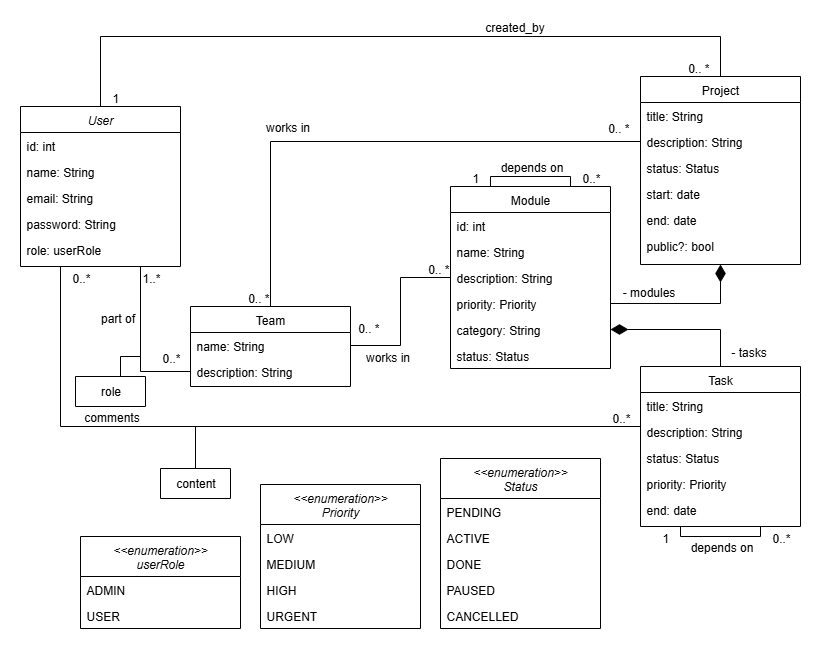
Earlier version of the draw.io export UML.png (djg16-ua/dss-julio). Source tidied: cells renumbered, new cells last; positions are measured from the earlier drawing's top-left corner, leaving out a move shared by most shapes.
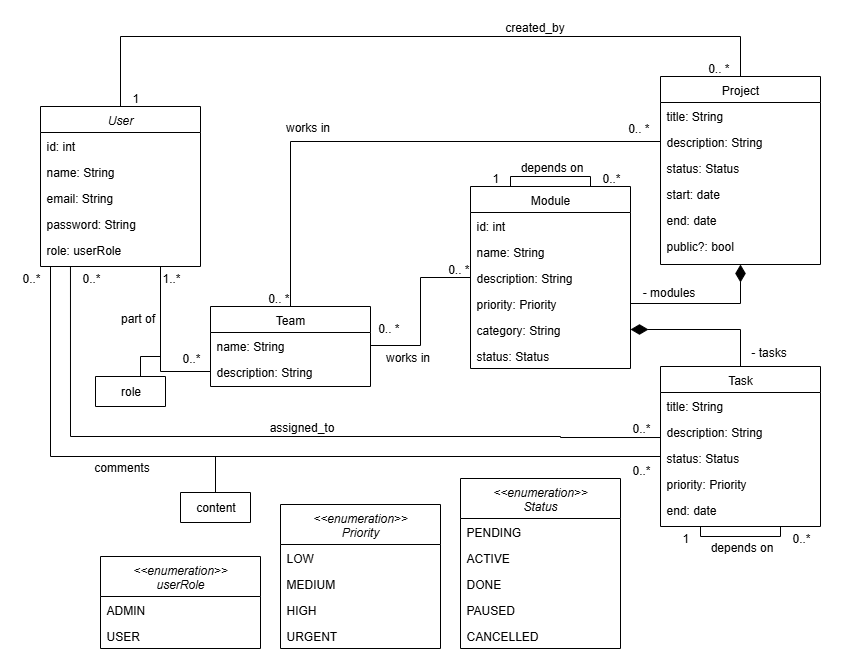
The same diagram one commit later.

Commit message:
Añadida asignación de tareas, cambios en migraciones, seeders y modelos, además del UML

The edit, as a diff of the source:
```diff
@@ -83,7 +83,7 @@
       </mxGeometry>
     </mxCell>
     <mxCell id="25" value="&lt;&lt;enumeration&gt;&gt;&#10;userRole" style="swimlane;fontStyle=2;align=center;verticalAlign=top;horizontal=1;startSize=40;rounded=0;shadow=0;strokeWidth=1;" parent="1" vertex="1">
-      <mxGeometry x="60" y="500" width="160" height="92" as="geometry" />
+      <mxGeometry x="60" y="520" width="160" height="92" as="geometry" />
     </mxCell>
     <mxCell id="26" value="ADMIN" style="text;align=left;verticalAlign=top;spacingLeft=4;spacingRight=4;overflow=hidden;" parent="25" vertex="1">
       <mxGeometry y="40" width="160" height="26" as="geometry" />
@@ -92,7 +92,7 @@
       <mxGeometry y="66" width="160" height="26" as="geometry" />
     </mxCell>
     <mxCell id="28" value="&lt;&lt;enumeration&gt;&gt;&#10;Status" style="swimlane;fontStyle=2;align=center;verticalAlign=top;horizontal=1;startSize=40;rounded=0;shadow=0;strokeWidth=1;" parent="1" vertex="1">
-      <mxGeometry x="420" y="422" width="160" height="170" as="geometry" />
+      <mxGeometry x="420" y="442" width="160" height="170" as="geometry" />
     </mxCell>
     <mxCell id="29" value="PENDING" style="text;align=left;verticalAlign=top;spacingLeft=4;spacingRight=4;overflow=hidden;" parent="28" vertex="1">
       <mxGeometry y="40" width="160" height="26" as="geometry" />
@@ -139,7 +139,7 @@
       <mxGeometry y="130" width="160" height="26" as="geometry" />
     </mxCell>
     <mxCell id="42" value="&lt;&lt;enumeration&gt;&gt;&#10;Priority" style="swimlane;fontStyle=2;align=center;verticalAlign=top;horizontal=1;startSize=40;rounded=0;shadow=0;strokeWidth=1;" parent="1" vertex="1">
-      <mxGeometry x="240" y="448" width="160" height="144" as="geometry" />
+      <mxGeometry x="240" y="468" width="160" height="144" as="geometry" />
     </mxCell>
     <mxCell id="43" value="LOW" style="text;align=left;verticalAlign=top;spacingLeft=4;spacingRight=4;overflow=hidden;" parent="42" vertex="1">
       <mxGeometry y="40" width="160" height="26" as="geometry" />
@@ -175,22 +175,24 @@
     <mxCell id="52" value="0.. *" style="align=right;verticalAlign=bottom;labelBackgroundColor=none;fontSize=12;" parent="1" vertex="1">
       <mxGeometry x="360" y="300" as="geometry" />
     </mxCell>
-    <mxCell id="53" style="edgeStyle=orthogonalEdgeStyle;rounded=0;jettySize=auto;html=1;exitX=0.25;exitY=1;exitDx=0;exitDy=0;endArrow=none;startFill=0;entryX=0;entryY=0.5;entryDx=0;entryDy=0;" parent="1" edge="1" source="3" target="37">
+    <mxCell id="53" style="edgeStyle=orthogonalEdgeStyle;rounded=0;jettySize=auto;html=1;endArrow=none;startFill=0;entryX=0;entryY=0.5;entryDx=0;entryDy=0;" parent="1" edge="1" target="37">
       <mxGeometry relative="1" as="geometry">
+        <mxPoint x="10" y="230" as="sourcePoint" />
         <Array as="points">
-          <mxPoint x="40" y="390" />
-          <mxPoint x="620" y="390" />
+          <mxPoint x="10" y="230" />
+          <mxPoint x="10" y="420" />
+          <mxPoint x="620" y="420" />
         </Array>
       </mxGeometry>
     </mxCell>
     <mxCell id="54" value="0..*" style="align=left;verticalAlign=bottom;labelBackgroundColor=none;fontSize=12;" parent="1" vertex="1">
-      <mxGeometry x="50" y="250" as="geometry" />
+      <mxGeometry x="-20" y="250" as="geometry" />
     </mxCell>
     <mxCell id="55" value="0..*" style="align=left;verticalAlign=bottom;labelBackgroundColor=none;fontSize=12;" parent="1" vertex="1">
-      <mxGeometry x="590" y="390" as="geometry" />
+      <mxGeometry x="590" y="400" as="geometry" />
     </mxCell>
     <mxCell id="56" value="comments" style="text;html=1;align=center;verticalAlign=middle;labelBackgroundColor=none;rounded=0;shadow=0;strokeWidth=1;fontSize=12;" parent="1" vertex="1">
-      <mxGeometry x="90" y="380" as="geometry" />
+      <mxGeometry x="80" y="430" as="geometry" />
     </mxCell>
     <mxCell id="57" value="- tasks" style="text;html=1;align=center;verticalAlign=middle;labelBackgroundColor=none;rounded=0;shadow=0;strokeWidth=1;fontSize=12;" parent="1" vertex="1">
       <mxGeometry x="730" y="310" as="geometry">
@@ -199,15 +201,12 @@
     </mxCell>
     <mxCell id="58" style="edgeStyle=orthogonalEdgeStyle;rounded=0;jettySize=auto;html=1;endArrow=none;startFill=0;exitX=0.5;exitY=0;exitDx=0;exitDy=0;" parent="1" edge="1" source="59">
       <mxGeometry relative="1" as="geometry">
-        <mxPoint x="175" y="390" as="targetPoint" />
+        <mxPoint x="175" y="420" as="targetPoint" />
       </mxGeometry>
     </mxCell>
     <mxCell id="59" style="swimlane;startSize=0;" parent="1" vertex="1">
-      <mxGeometry x="140" y="432" width="70" height="30" as="geometry" />
+      <mxGeometry x="140" y="456" width="70" height="30" as="geometry" />
     </mxCell>
-    <mxCell id="60" value="content" style="text;html=1;align=center;verticalAlign=middle;strokeColor=none;fillColor=none;" parent="59" vertex="1">
-      <mxGeometry x="5" width="60" height="30" as="geometry" />
-    </mxCell>
     <mxCell id="61" style="edgeStyle=orthogonalEdgeStyle;rounded=0;orthogonalLoop=1;jettySize=auto;html=1;exitX=0.75;exitY=0;exitDx=0;exitDy=0;endArrow=none;startFill=0;entryX=0.25;entryY=0;entryDx=0;entryDy=0;" parent="1" edge="1" source="62" target="62">
       <mxGeometry relative="1" as="geometry">
         <Array as="points">
@@ -288,5 +287,26 @@
     <mxCell id="82" value="role" style="text;html=1;align=center;verticalAlign=middle;points=[];strokeColor=none;fillColor=none;" parent="80" vertex="1">
       <mxGeometry x="15" width="40" height="30" as="geometry" />
     </mxCell>
+    <mxCell id="60" value="content" style="text;html=1;align=center;verticalAlign=middle;strokeColor=none;fillColor=none;" parent="1" vertex="1">
+      <mxGeometry x="145" y="456" width="60" height="30" as="geometry" />
+    </mxCell>
+    <mxCell id="83" style="edgeStyle=orthogonalEdgeStyle;rounded=0;jettySize=auto;html=1;endArrow=none;startFill=0;entryX=-0.003;entryY=0.731;entryDx=0;entryDy=0;entryPerimeter=0;" parent="1" edge="1" target="38">
+      <mxGeometry relative="1" as="geometry">
+        <mxPoint x="30" y="230" as="sourcePoint" />
+        <Array as="points">
+          <mxPoint x="30" y="400" />
+          <mxPoint x="520" y="400" />
+        </Array>
+      </mxGeometry>
+    </mxCell>
+    <mxCell id="84" value="0..*" style="align=left;verticalAlign=bottom;labelBackgroundColor=none;fontSize=12;" parent="1" vertex="1">
+      <mxGeometry x="590" y="442" as="geometry" />
+    </mxCell>
+    <mxCell id="85" value="0..*" style="align=left;verticalAlign=bottom;labelBackgroundColor=none;fontSize=12;" parent="1" vertex="1">
+      <mxGeometry x="40" y="250" as="geometry" />
+    </mxCell>
+    <mxCell id="86" value="assigned_to" style="text;html=1;align=center;verticalAlign=middle;labelBackgroundColor=none;rounded=0;shadow=0;strokeWidth=1;fontSize=12;" parent="1" vertex="1">
+      <mxGeometry x="260" y="390" as="geometry" />
+    </mxCell>
   </root>
 </mxGraphModel>
```
